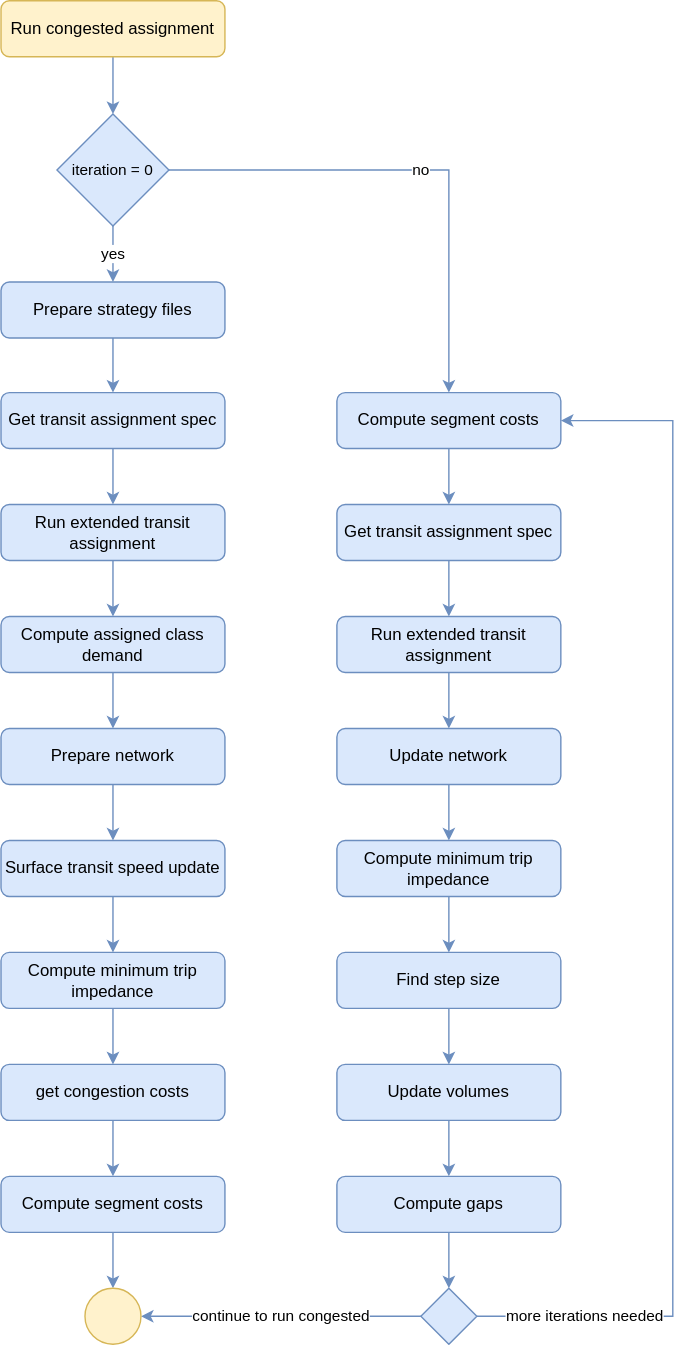
The draw.io diagram tmg-documentation/2.0/tmgtoolbox2_emme/tools/Assign/images/run_congested_assignment_flow.svg in TravelModellingGroup/Documentation, before a commit. Source tidied: cells renumbered, new cells last; positions are measured from the earlier drawing's top-left corner, leaving out a move shared by most shapes.
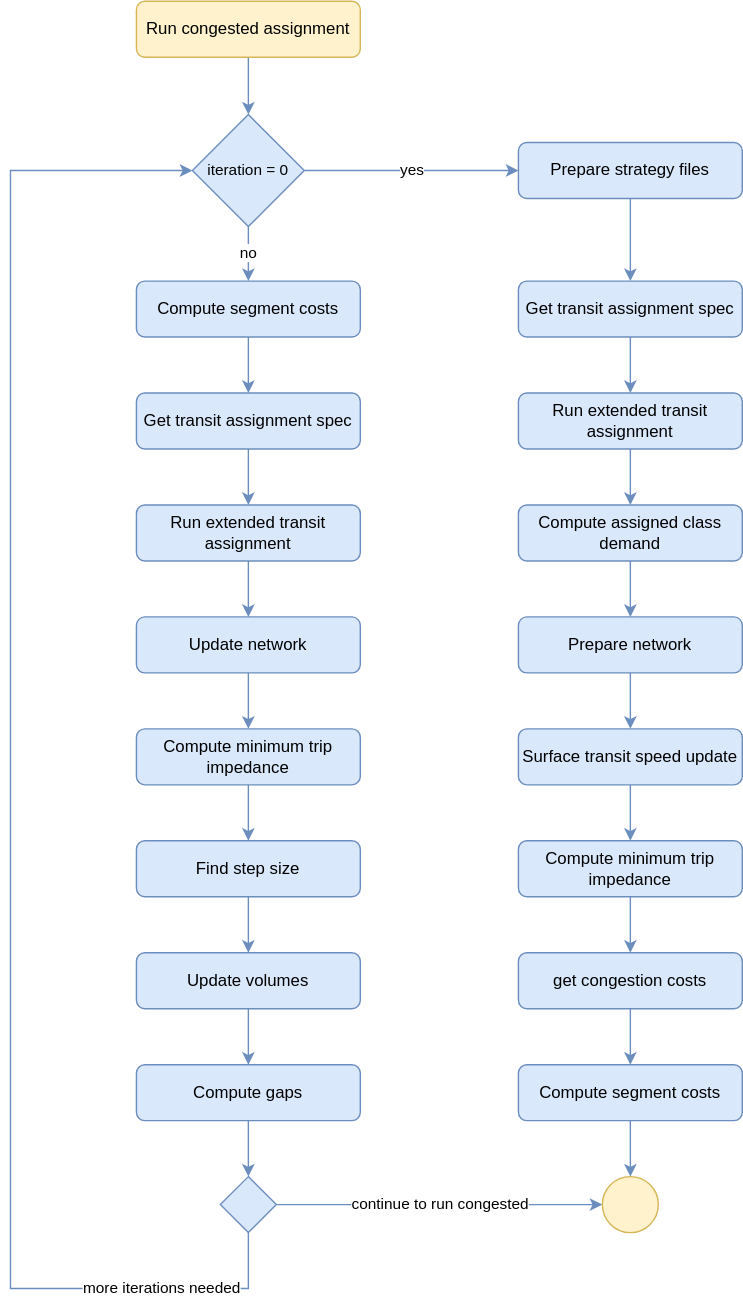
The same file after the commit.

Commit message:
diagram adjusted

The edit, as a diff of the source:
```diff
@@ -8,110 +8,113 @@
     <mxCell id="3" value="Run congested assignment" style="rounded=1;whiteSpace=wrap;html=1;fillColor=#fff2cc;strokeColor=#d6b656;" parent="1" vertex="1">
       <mxGeometry width="160" height="40" as="geometry" />
     </mxCell>
-    <mxCell id="4" style="edgeStyle=orthogonalEdgeStyle;rounded=0;jettySize=auto;html=1;fillColor=#dae8fc;strokeColor=#6c8ebf;" parent="1" edge="1" source="5" target="42">
+    <mxCell id="4" style="edgeStyle=orthogonalEdgeStyle;shape=connector;rounded=0;jettySize=auto;html=1;labelBackgroundColor=default;fontFamily=Helvetica;fontSize=11;fontColor=default;endArrow=classic;strokeColor=#6c8ebf;fillColor=#dae8fc;" parent="1" edge="1" source="5" target="42">
       <mxGeometry relative="1" as="geometry" />
     </mxCell>
     <mxCell id="5" value="Prepare strategy files" style="rounded=1;whiteSpace=wrap;html=1;fillColor=#dae8fc;strokeColor=#6c8ebf;" parent="1" vertex="1">
-      <mxGeometry y="201" width="160" height="40" as="geometry" />
+      <mxGeometry x="273" y="101" width="160" height="40" as="geometry" />
     </mxCell>
     <mxCell id="6" style="edgeStyle=orthogonalEdgeStyle;shape=connector;rounded=0;jettySize=auto;html=1;labelBackgroundColor=default;fontFamily=Helvetica;fontSize=11;fontColor=default;endArrow=classic;strokeColor=#6c8ebf;fillColor=#dae8fc;" parent="1" edge="1" source="7" target="9">
       <mxGeometry relative="1" as="geometry" />
     </mxCell>
     <mxCell id="7" value="Run extended transit assignment" style="rounded=1;whiteSpace=wrap;html=1;fillColor=#dae8fc;strokeColor=#6c8ebf;" parent="1" vertex="1">
-      <mxGeometry y="360" width="160" height="40" as="geometry" />
+      <mxGeometry x="273" y="280" width="160" height="40" as="geometry" />
     </mxCell>
     <mxCell id="8" style="edgeStyle=orthogonalEdgeStyle;shape=connector;rounded=0;jettySize=auto;html=1;labelBackgroundColor=default;fontFamily=Helvetica;fontSize=11;fontColor=default;endArrow=classic;strokeColor=#6c8ebf;fillColor=#dae8fc;" parent="1" edge="1" source="9" target="11">
       <mxGeometry relative="1" as="geometry" />
     </mxCell>
     <mxCell id="9" value="Compute assigned class demand" style="rounded=1;whiteSpace=wrap;html=1;fillColor=#dae8fc;strokeColor=#6c8ebf;" parent="1" vertex="1">
-      <mxGeometry y="440" width="160" height="40" as="geometry" />
+      <mxGeometry x="273" y="360" width="160" height="40" as="geometry" />
     </mxCell>
     <mxCell id="10" style="edgeStyle=orthogonalEdgeStyle;shape=connector;rounded=0;jettySize=auto;html=1;labelBackgroundColor=default;fontFamily=Helvetica;fontSize=11;fontColor=default;endArrow=classic;strokeColor=#6c8ebf;fillColor=#dae8fc;" parent="1" edge="1" source="11" target="13">
       <mxGeometry relative="1" as="geometry" />
     </mxCell>
     <mxCell id="11" value="Prepare network" style="rounded=1;whiteSpace=wrap;html=1;fillColor=#dae8fc;strokeColor=#6c8ebf;" parent="1" vertex="1">
-      <mxGeometry y="520" width="160" height="40" as="geometry" />
+      <mxGeometry x="273" y="440" width="160" height="40" as="geometry" />
     </mxCell>
     <mxCell id="12" style="edgeStyle=orthogonalEdgeStyle;shape=connector;rounded=0;jettySize=auto;html=1;labelBackgroundColor=default;fontFamily=Helvetica;fontSize=11;fontColor=default;endArrow=classic;strokeColor=#6c8ebf;fillColor=#dae8fc;" parent="1" edge="1" source="13" target="15">
       <mxGeometry relative="1" as="geometry" />
     </mxCell>
     <mxCell id="13" value="Surface transit speed update" style="rounded=1;whiteSpace=wrap;html=1;fillColor=#dae8fc;strokeColor=#6c8ebf;" parent="1" vertex="1">
-      <mxGeometry y="600" width="160" height="40" as="geometry" />
+      <mxGeometry x="273" y="520" width="160" height="40" as="geometry" />
     </mxCell>
     <mxCell id="14" style="edgeStyle=orthogonalEdgeStyle;shape=connector;rounded=0;jettySize=auto;html=1;exitX=0.5;exitY=1;exitDx=0;exitDy=0;labelBackgroundColor=default;fontFamily=Helvetica;fontSize=11;fontColor=default;endArrow=classic;strokeColor=#6c8ebf;fillColor=#dae8fc;" parent="1" edge="1" source="15" target="17">
       <mxGeometry relative="1" as="geometry" />
     </mxCell>
     <mxCell id="15" value="Compute minimum trip impedance" style="rounded=1;whiteSpace=wrap;html=1;fillColor=#dae8fc;strokeColor=#6c8ebf;" parent="1" vertex="1">
-      <mxGeometry y="680" width="160" height="40" as="geometry" />
+      <mxGeometry x="273" y="600" width="160" height="40" as="geometry" />
     </mxCell>
     <mxCell id="16" style="edgeStyle=orthogonalEdgeStyle;shape=connector;rounded=0;jettySize=auto;html=1;exitX=0.5;exitY=1;exitDx=0;exitDy=0;entryX=0.5;entryY=0;entryDx=0;entryDy=0;labelBackgroundColor=default;fontFamily=Helvetica;fontSize=11;fontColor=default;endArrow=classic;strokeColor=#6c8ebf;fillColor=#dae8fc;" parent="1" edge="1" source="17" target="19">
       <mxGeometry relative="1" as="geometry" />
     </mxCell>
     <mxCell id="17" value="get congestion costs" style="rounded=1;whiteSpace=wrap;html=1;fillColor=#dae8fc;strokeColor=#6c8ebf;" parent="1" vertex="1">
-      <mxGeometry y="760" width="160" height="40" as="geometry" />
+      <mxGeometry x="273" y="680" width="160" height="40" as="geometry" />
     </mxCell>
     <mxCell id="18" style="edgeStyle=orthogonalEdgeStyle;shape=connector;rounded=0;jettySize=auto;html=1;labelBackgroundColor=default;fontFamily=Helvetica;fontSize=11;fontColor=default;endArrow=classic;strokeColor=#6c8ebf;fillColor=#dae8fc;" parent="1" edge="1" source="19" target="40">
       <mxGeometry relative="1" as="geometry" />
     </mxCell>
     <mxCell id="19" value="Compute segment costs" style="rounded=1;whiteSpace=wrap;html=1;fillColor=#dae8fc;strokeColor=#6c8ebf;" parent="1" vertex="1">
-      <mxGeometry y="840" width="160" height="40" as="geometry" />
+      <mxGeometry x="273" y="760" width="160" height="40" as="geometry" />
     </mxCell>
     <mxCell id="20" style="edgeStyle=orthogonalEdgeStyle;shape=connector;rounded=0;jettySize=auto;html=1;labelBackgroundColor=default;fontFamily=Helvetica;fontSize=11;fontColor=default;endArrow=classic;strokeColor=#6c8ebf;fillColor=#dae8fc;" parent="1" edge="1" source="21" target="44">
       <mxGeometry relative="1" as="geometry" />
     </mxCell>
     <mxCell id="21" value="Compute segment costs" style="rounded=1;whiteSpace=wrap;html=1;fillColor=#dae8fc;strokeColor=#6c8ebf;" parent="1" vertex="1">
-      <mxGeometry x="240" y="280" width="160" height="40" as="geometry" />
+      <mxGeometry y="200" width="160" height="40" as="geometry" />
     </mxCell>
     <mxCell id="22" style="edgeStyle=orthogonalEdgeStyle;shape=connector;rounded=0;jettySize=auto;html=1;labelBackgroundColor=default;fontFamily=Helvetica;fontSize=11;fontColor=default;endArrow=classic;strokeColor=#6c8ebf;fillColor=#dae8fc;" parent="1" edge="1" source="23" target="25">
       <mxGeometry relative="1" as="geometry" />
     </mxCell>
     <mxCell id="23" value="Run extended transit assignment" style="rounded=1;whiteSpace=wrap;html=1;fillColor=#dae8fc;strokeColor=#6c8ebf;" parent="1" vertex="1">
-      <mxGeometry x="240" y="440" width="160" height="40" as="geometry" />
+      <mxGeometry y="360" width="160" height="40" as="geometry" />
     </mxCell>
     <mxCell id="24" style="edgeStyle=orthogonalEdgeStyle;shape=connector;rounded=0;jettySize=auto;html=1;labelBackgroundColor=default;fontFamily=Helvetica;fontSize=11;fontColor=default;endArrow=classic;strokeColor=#6c8ebf;fillColor=#dae8fc;" parent="1" edge="1" source="25" target="27">
       <mxGeometry relative="1" as="geometry" />
     </mxCell>
     <mxCell id="25" value="Update network" style="rounded=1;whiteSpace=wrap;html=1;fillColor=#dae8fc;strokeColor=#6c8ebf;" parent="1" vertex="1">
-      <mxGeometry x="240" y="520" width="160" height="40" as="geometry" />
+      <mxGeometry y="440" width="160" height="40" as="geometry" />
     </mxCell>
     <mxCell id="26" style="edgeStyle=orthogonalEdgeStyle;rounded=0;jettySize=auto;html=1;fillColor=#dae8fc;strokeColor=#6c8ebf;" parent="1" edge="1" source="27" target="29">
       <mxGeometry relative="1" as="geometry" />
     </mxCell>
     <mxCell id="27" value="Compute minimum trip impedance" style="rounded=1;whiteSpace=wrap;html=1;fillColor=#dae8fc;strokeColor=#6c8ebf;" parent="1" vertex="1">
-      <mxGeometry x="240" y="600" width="160" height="40" as="geometry" />
+      <mxGeometry y="520" width="160" height="40" as="geometry" />
     </mxCell>
     <mxCell id="28" style="edgeStyle=orthogonalEdgeStyle;shape=connector;rounded=0;jettySize=auto;html=1;labelBackgroundColor=default;fontFamily=Helvetica;fontSize=11;fontColor=default;endArrow=classic;strokeColor=#6c8ebf;fillColor=#dae8fc;" parent="1" edge="1" source="29" target="31">
       <mxGeometry relative="1" as="geometry" />
     </mxCell>
     <mxCell id="29" value="Find step size" style="rounded=1;whiteSpace=wrap;html=1;fillColor=#dae8fc;strokeColor=#6c8ebf;" parent="1" vertex="1">
-      <mxGeometry x="240" y="680" width="160" height="40" as="geometry" />
+      <mxGeometry y="600" width="160" height="40" as="geometry" />
     </mxCell>
     <mxCell id="30" style="edgeStyle=orthogonalEdgeStyle;shape=connector;rounded=0;jettySize=auto;html=1;labelBackgroundColor=default;fontFamily=Helvetica;fontSize=11;fontColor=default;endArrow=classic;strokeColor=#6c8ebf;fillColor=#dae8fc;" parent="1" edge="1" source="31" target="33">
       <mxGeometry relative="1" as="geometry" />
     </mxCell>
     <mxCell id="31" value="Update volumes" style="rounded=1;whiteSpace=wrap;html=1;fillColor=#dae8fc;strokeColor=#6c8ebf;" parent="1" vertex="1">
-      <mxGeometry x="240" y="760" width="160" height="40" as="geometry" />
+      <mxGeometry y="680" width="160" height="40" as="geometry" />
     </mxCell>
     <mxCell id="32" style="edgeStyle=orthogonalEdgeStyle;shape=connector;rounded=0;jettySize=auto;html=1;labelBackgroundColor=default;fontFamily=Helvetica;fontSize=11;fontColor=default;endArrow=classic;strokeColor=#6c8ebf;fillColor=#dae8fc;" parent="1" edge="1" source="33" target="39">
       <mxGeometry relative="1" as="geometry" />
     </mxCell>
     <mxCell id="33" value="Compute gaps" style="rounded=1;whiteSpace=wrap;html=1;fillColor=#dae8fc;strokeColor=#6c8ebf;" parent="1" vertex="1">
-      <mxGeometry x="240" y="840" width="160" height="40" as="geometry" />
+      <mxGeometry y="760" width="160" height="40" as="geometry" />
     </mxCell>
     <mxCell id="34" value="yes" style="edgeStyle=orthogonalEdgeStyle;shape=connector;rounded=0;jettySize=auto;html=1;labelBackgroundColor=default;fontFamily=Helvetica;fontSize=11;fontColor=default;endArrow=classic;strokeColor=#6c8ebf;fillColor=#dae8fc;" parent="1" edge="1" source="36" target="5">
       <mxGeometry relative="1" as="geometry" />
     </mxCell>
-    <mxCell id="35" value="no" style="edgeStyle=orthogonalEdgeStyle;shape=connector;rounded=0;jettySize=auto;html=1;entryX=0.5;entryY=0;entryDx=0;entryDy=0;labelBackgroundColor=default;fontFamily=Helvetica;fontSize=11;fontColor=default;endArrow=classic;strokeColor=#6c8ebf;fillColor=#dae8fc;" parent="1" edge="1" source="36" target="21">
-      <mxGeometry relative="1" as="geometry" />
+    <mxCell id="35" value="no" style="edgeStyle=orthogonalEdgeStyle;shape=connector;rounded=0;jettySize=auto;html=1;labelBackgroundColor=default;fontFamily=Helvetica;fontSize=11;fontColor=default;endArrow=classic;strokeColor=#6c8ebf;fillColor=#dae8fc;" parent="1" edge="1" source="36">
+      <mxGeometry relative="1" as="geometry">
+        <mxPoint x="80" y="200" as="targetPoint" />
+      </mxGeometry>
     </mxCell>
     <mxCell id="36" value="iteration = 0" style="rhombus;whiteSpace=wrap;html=1;fontFamily=Helvetica;fontSize=11;fillColor=#dae8fc;strokeColor=#6c8ebf;" parent="1" vertex="1">
       <mxGeometry x="40" y="81" width="80" height="80" as="geometry" />
     </mxCell>
-    <mxCell id="37" value="more iterations needed" style="edgeStyle=orthogonalEdgeStyle;shape=connector;rounded=0;jettySize=auto;html=1;entryX=1;entryY=0.5;entryDx=0;entryDy=0;labelBackgroundColor=default;fontFamily=Helvetica;fontSize=11;fontColor=default;endArrow=classic;strokeColor=#6c8ebf;fillColor=#dae8fc;" parent="1" edge="1" source="39" target="21">
+    <mxCell id="37" value="more iterations needed" style="edgeStyle=orthogonalEdgeStyle;shape=connector;rounded=0;jettySize=auto;html=1;labelBackgroundColor=default;fontFamily=Helvetica;fontSize=11;fontColor=default;endArrow=classic;strokeColor=#6c8ebf;fillColor=#dae8fc;entryX=0;entryY=0.5;entryDx=0;entryDy=0;" parent="1" edge="1" source="39" target="36">
       <mxGeometry x="-0.82" relative="1" as="geometry">
         <Array as="points">
-          <mxPoint x="480" y="940" />
-          <mxPoint x="480" y="300" />
+          <mxPoint x="80" y="920" />
+          <mxPoint x="-90" y="920" />
+          <mxPoint x="-90" y="121" />
         </Array>
       </mxGeometry>
     </mxCell>
@@ -119,22 +122,22 @@
       <mxGeometry relative="1" as="geometry" />
     </mxCell>
     <mxCell id="39" style="rhombus;whiteSpace=wrap;html=1;fontFamily=Helvetica;fontSize=11;fillColor=#dae8fc;strokeColor=#6c8ebf;" parent="1" vertex="1">
-      <mxGeometry x="300" y="920" width="40" height="40" as="geometry" />
+      <mxGeometry x="60" y="840" width="40" height="40" as="geometry" />
     </mxCell>
     <mxCell id="40" style="ellipse;whiteSpace=wrap;html=1;fontFamily=Helvetica;fontSize=11;fillColor=#fff2cc;strokeColor=#d6b656;" parent="1" vertex="1">
-      <mxGeometry x="60" y="920" width="40" height="40" as="geometry" />
+      <mxGeometry x="333" y="840" width="40" height="40" as="geometry" />
     </mxCell>
     <mxCell id="41" style="edgeStyle=orthogonalEdgeStyle;shape=connector;rounded=0;jettySize=auto;html=1;labelBackgroundColor=default;fontFamily=Helvetica;fontSize=11;fontColor=default;endArrow=classic;strokeColor=#6c8ebf;fillColor=#dae8fc;" parent="1" edge="1" source="42" target="7">
       <mxGeometry relative="1" as="geometry" />
     </mxCell>
     <mxCell id="42" value="Get transit assignment spec" style="rounded=1;whiteSpace=wrap;html=1;fillColor=#dae8fc;strokeColor=#6c8ebf;" parent="1" vertex="1">
-      <mxGeometry y="280" width="160" height="40" as="geometry" />
+      <mxGeometry x="273" y="200" width="160" height="40" as="geometry" />
     </mxCell>
     <mxCell id="43" style="edgeStyle=orthogonalEdgeStyle;shape=connector;rounded=0;jettySize=auto;html=1;labelBackgroundColor=default;fontFamily=Helvetica;fontSize=11;fontColor=default;endArrow=classic;strokeColor=#6c8ebf;fillColor=#dae8fc;" parent="1" edge="1" source="44" target="23">
       <mxGeometry relative="1" as="geometry" />
     </mxCell>
     <mxCell id="44" value="Get transit assignment spec" style="rounded=1;whiteSpace=wrap;html=1;fillColor=#dae8fc;strokeColor=#6c8ebf;" parent="1" vertex="1">
-      <mxGeometry x="240" y="360" width="160" height="40" as="geometry" />
+      <mxGeometry y="280" width="160" height="40" as="geometry" />
     </mxCell>
   </root>
 </mxGraphModel>
```
